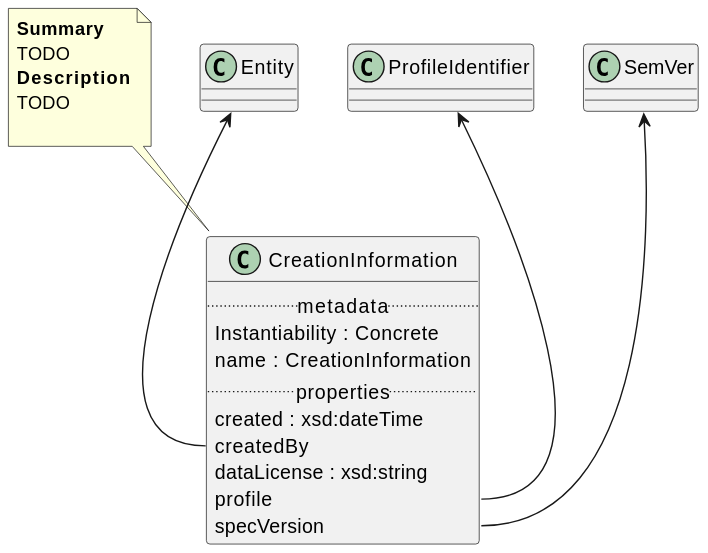
maxhbr/spec-parser.hs keeps this PlantUML diagram as Classes/CreationInformation.svg. Above is the earlier version.
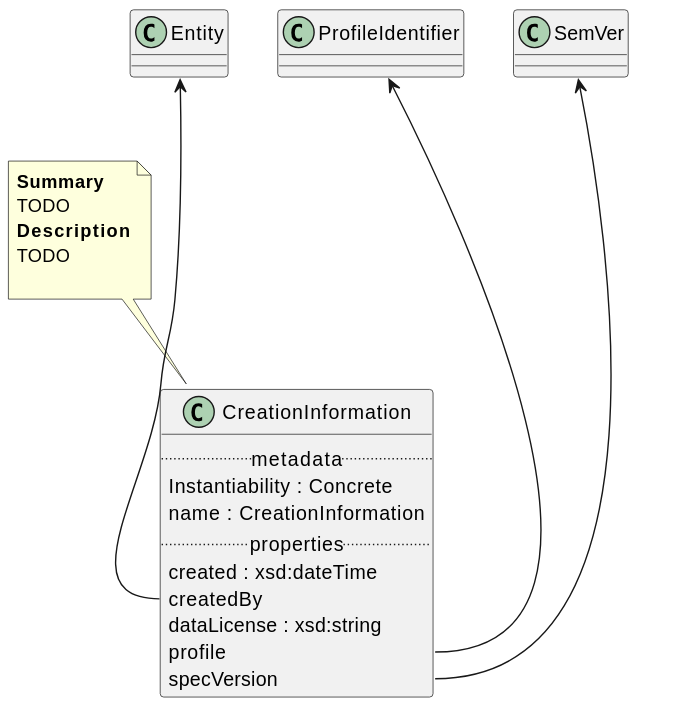
Later version of the same file.

Diff of the diagram source:
```diff
@@ -17,7 +17,7 @@
 TODO
 
 end note
-"Entity" <-- "CreationInformation::createdBy"
-"ProfileIdentifier" <-- "CreationInformation::profile"
-"SemVer" <-- "CreationInformation::specVersion"
+"Entity" <--- "CreationInformation::createdBy"
+"ProfileIdentifier" <--- "CreationInformation::profile"
+"SemVer" <--- "CreationInformation::specVersion"
 @enduml
```
